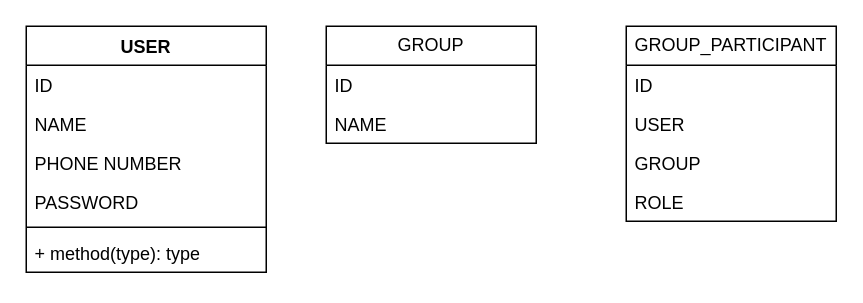
Above: Splitwise.drawio in surajnaik90/Architectures-Designs (draw.io), before the change. Source tidied: cells renumbered, new cells numbered last; positions are measured from the earlier drawing's top-left corner, leaving out a move shared by most shapes. Both pictures are drawn from the tidied source at 150%, with x=0, y=0 at pixel (26, 26).
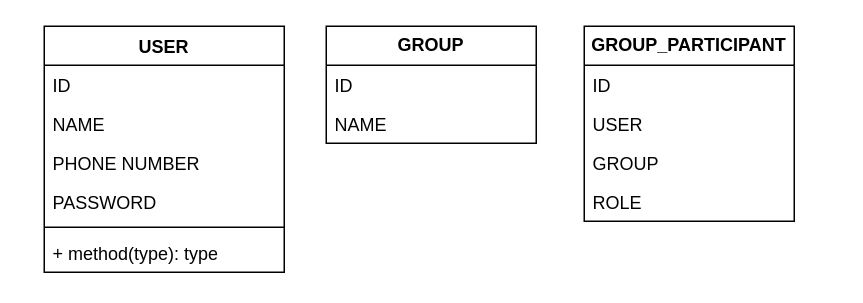
Above is the later version.

What changed in the source:
```diff
@@
 <mxGraphModel>
   <root>
     <mxCell id="0" />
     <mxCell id="1" parent="0" />
     <mxCell id="2" value="USER" style="swimlane;fontStyle=1;align=center;verticalAlign=top;horizontal=1;startSize=26;whiteSpace=wrap;html=1;" parent="1" vertex="1">
-      <mxGeometry width="160" height="164" as="geometry" />
+      <mxGeometry x="12" width="160" height="164" as="geometry" />
     </mxCell>
     <mxCell id="3" value="ID&lt;br&gt;" style="text;strokeColor=none;fillColor=none;align=left;verticalAlign=top;spacingLeft=4;spacingRight=4;overflow=hidden;whiteSpace=wrap;html=1;" parent="2" vertex="1">
       <mxGeometry y="26" width="160" height="26" as="geometry" />
     </mxCell>
     <mxCell id="4" value="NAME" style="text;strokeColor=none;fillColor=none;align=left;verticalAlign=top;spacingLeft=4;spacingRight=4;overflow=hidden;whiteSpace=wrap;html=1;" parent="2" vertex="1">
       <mxGeometry y="52" width="160" height="26" as="geometry" />
     </mxCell>
     <mxCell id="5" value="PHONE NUMBER" style="text;strokeColor=none;fillColor=none;align=left;verticalAlign=top;spacingLeft=4;spacingRight=4;overflow=hidden;whiteSpace=wrap;html=1;" parent="2" vertex="1">
       <mxGeometry y="78" width="160" height="26" as="geometry" />
     </mxCell>
     <mxCell id="6" value="PASSWORD" style="text;strokeColor=none;fillColor=none;align=left;verticalAlign=top;spacingLeft=4;spacingRight=4;overflow=hidden;whiteSpace=wrap;html=1;" parent="2" vertex="1">
       <mxGeometry y="104" width="160" height="26" as="geometry" />
     </mxCell>
     <mxCell id="7" style="line;strokeWidth=1;fillColor=none;align=left;verticalAlign=middle;spacingTop=-1;spacingLeft=3;spacingRight=3;labelPosition=right;strokeColor=inherit;" parent="2" vertex="1">
       <mxGeometry y="130" width="160" height="8" as="geometry" />
     </mxCell>
     <mxCell id="8" value="+ method(type): type" style="text;strokeColor=none;fillColor=none;align=left;verticalAlign=top;spacingLeft=4;spacingRight=4;overflow=hidden;whiteSpace=wrap;html=1;" parent="2" vertex="1">
       <mxGeometry y="138" width="160" height="26" as="geometry" />
     </mxCell>
-    <mxCell id="9" value="GROUP_PARTICIPANT" style="swimlane;fontStyle=0;horizontal=1;startSize=26;fillColor=none;whiteSpace=wrap;html=1;" parent="1" vertex="1">
-      <mxGeometry x="400" width="140" height="130" as="geometry" />
+    <mxCell id="9" value="&lt;b&gt;GROUP_PARTICIPANT&lt;/b&gt;" style="swimlane;fontStyle=0;horizontal=1;startSize=26;fillColor=none;whiteSpace=wrap;html=1;" parent="1" vertex="1">
+      <mxGeometry x="372" width="140" height="130" as="geometry" />
     </mxCell>
     <mxCell id="10" value="ID" style="text;strokeColor=none;fillColor=none;align=left;verticalAlign=top;spacingLeft=4;spacingRight=4;overflow=hidden;whiteSpace=wrap;html=1;" parent="9" vertex="1">
       <mxGeometry y="26" width="140" height="26" as="geometry" />
     </mxCell>
     <mxCell id="11" value="USER" style="text;strokeColor=none;fillColor=none;align=left;verticalAlign=top;spacingLeft=4;spacingRight=4;overflow=hidden;whiteSpace=wrap;html=1;" parent="9" vertex="1">
       <mxGeometry y="52" width="140" height="26" as="geometry" />
     </mxCell>
     <mxCell id="12" value="GROUP" style="text;strokeColor=none;fillColor=none;align=left;verticalAlign=top;spacingLeft=4;spacingRight=4;overflow=hidden;whiteSpace=wrap;html=1;" parent="9" vertex="1">
       <mxGeometry y="78" width="140" height="26" as="geometry" />
     </mxCell>
     <mxCell id="13" value="ROLE" style="text;strokeColor=none;fillColor=none;align=left;verticalAlign=top;spacingLeft=4;spacingRight=4;overflow=hidden;whiteSpace=wrap;html=1;" parent="9" vertex="1">
       <mxGeometry y="104" width="140" height="26" as="geometry" />
     </mxCell>
-    <mxCell id="14" value="GROUP" style="swimlane;fontStyle=0;horizontal=1;startSize=26;fillColor=none;whiteSpace=wrap;html=1;" parent="1" vertex="1">
+    <mxCell id="14" value="&lt;b&gt;GROUP&lt;/b&gt;" style="swimlane;fontStyle=0;horizontal=1;startSize=26;fillColor=none;whiteSpace=wrap;html=1;" parent="1" vertex="1">
       <mxGeometry x="200" width="140" height="78" as="geometry" />
     </mxCell>
     <mxCell id="15" value="ID" style="text;strokeColor=none;fillColor=none;align=left;verticalAlign=top;spacingLeft=4;spacingRight=4;overflow=hidden;whiteSpace=wrap;html=1;" parent="14" vertex="1">
       <mxGeometry y="26" width="140" height="26" as="geometry" />
     </mxCell>
     <mxCell id="16" value="NAME" style="text;strokeColor=none;fillColor=none;align=left;verticalAlign=top;spacingLeft=4;spacingRight=4;overflow=hidden;whiteSpace=wrap;html=1;" parent="14" vertex="1">
       <mxGeometry y="52" width="140" height="26" as="geometry" />
     </mxCell>
   </root>
 </mxGraphModel>
```
